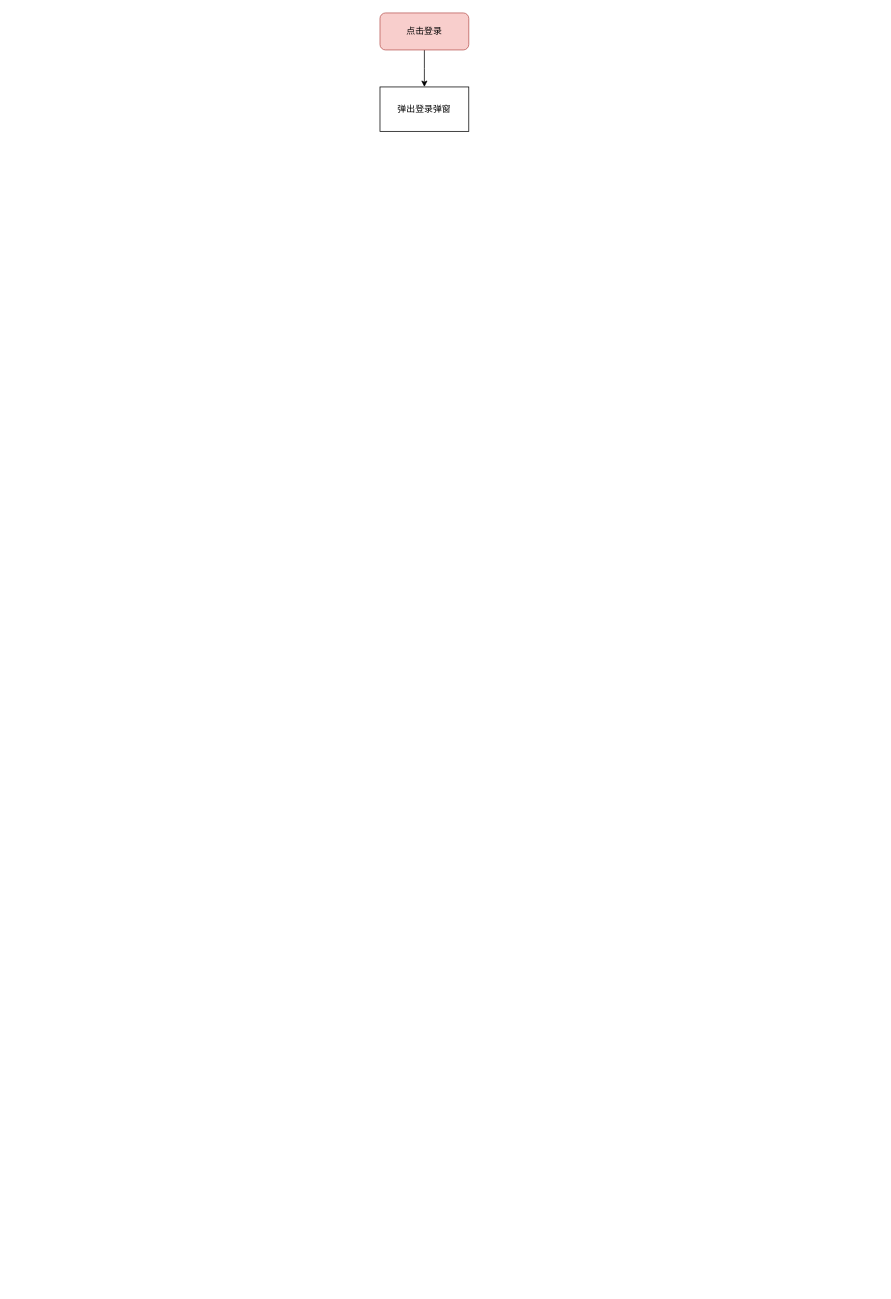
Before: page "云听页面启动过程" (5 of 6) of 未命名绘图.drawio in NewPlayerAndroid/Latest-Interview, a draw.io diagram. Source tidied: cells renumbered, new cells numbered last; positions are measured from the earlier drawing's top-left corner, leaving out a move shared by most shapes. Both pictures are drawn from the tidied source at 74%, with x=0, y=0 at pixel (380, 13).
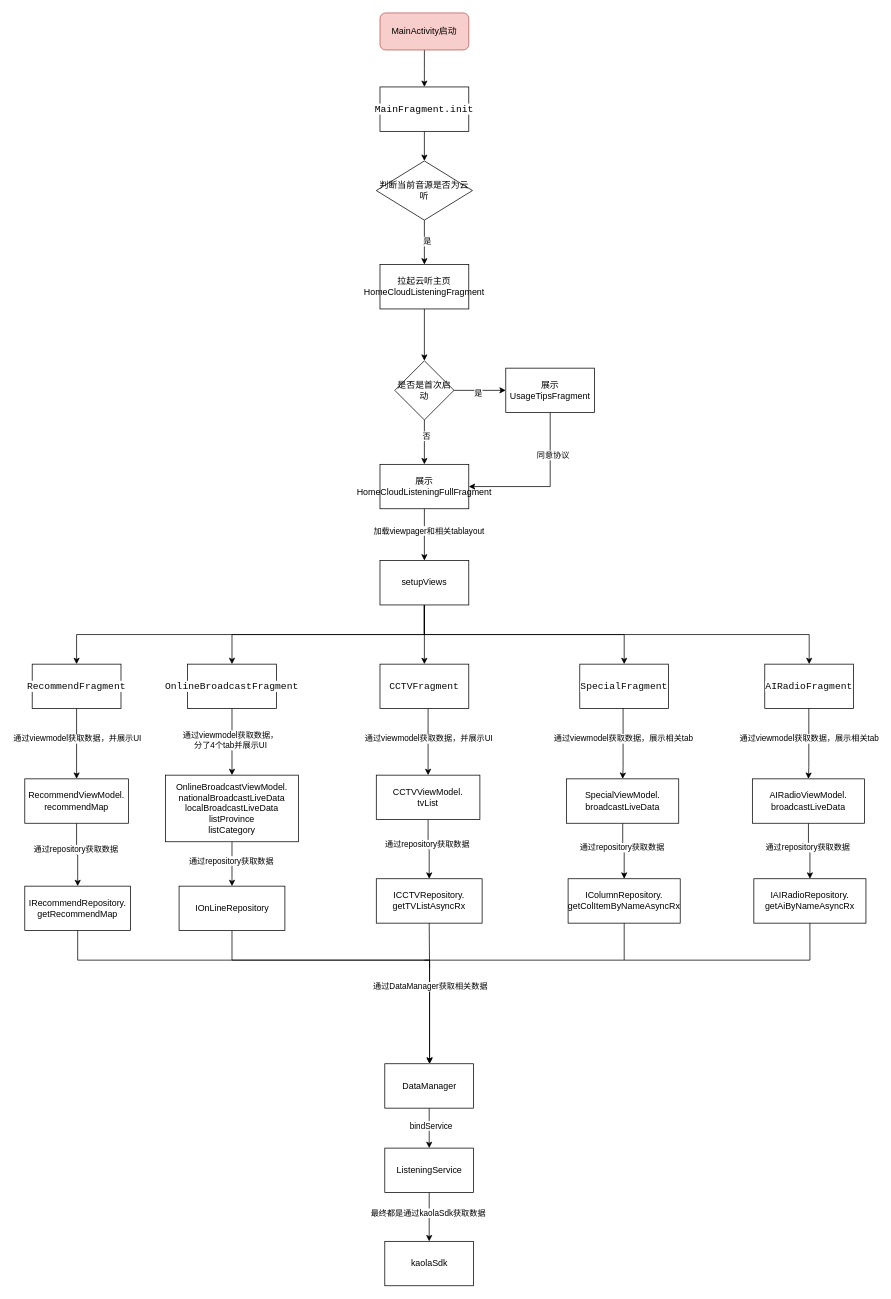
The same page after the edit.

Commit message:
更新未命名绘图.drawio

Diff of the diagram source:
```diff
@@
-    <mxCell id="3" value="点击登录" style="rounded=1;whiteSpace=wrap;html=1;fillColor=#f8cecc;strokeColor=#b85450;" parent="1" vertex="1">
+    <mxCell id="3" value="MainActivity启动" style="rounded=1;whiteSpace=wrap;html=1;fillColor=#f8cecc;strokeColor=#b85450;" parent="1" vertex="1">
       <mxGeometry width="120" height="50" as="geometry" />
     </mxCell>
+    <mxCell id="5" style="edgeStyle=orthogonalEdgeStyle;rounded=0;jettySize=auto;html=1;" parent="1" edge="1" source="4" target="8">
+      <mxGeometry relative="1" as="geometry" />
+    </mxCell>
-    <mxCell id="4" value="弹出登录弹窗" style="rounded=0;whiteSpace=wrap;html=1;" parent="1" vertex="1">
+    <mxCell id="4" value="&lt;div style=&quot;background-color:#ffffff;color:#080808&quot;&gt;&lt;pre style=&quot;font-family:'JetBrains Mono',monospace;font-size:9.8pt;&quot;&gt;&lt;span style=&quot;color:#000000;&quot;&gt;MainFragment.init&lt;/span&gt;&lt;/pre&gt;&lt;/div&gt;" style="rounded=0;whiteSpace=wrap;html=1;" parent="1" vertex="1">
       <mxGeometry y="100" width="120" height="60" as="geometry" />
     </mxCell>
+    <mxCell id="6" style="edgeStyle=orthogonalEdgeStyle;rounded=0;jettySize=auto;html=1;" parent="1" edge="1" source="8" target="10">
+      <mxGeometry relative="1" as="geometry" />
+    </mxCell>
+    <mxCell id="7" value="是" style="edgeLabel;html=1;align=center;verticalAlign=middle;" parent="6" vertex="1">
+      <mxGeometry x="-0.08" y="3" relative="1" as="geometry" />
+    </mxCell>
+    <mxCell id="8" value="判断当前音源是否为云听" style="rhombus;whiteSpace=wrap;html=1;" parent="1" vertex="1">
+      <mxGeometry x="-5" y="200" width="130" height="80" as="geometry" />
+    </mxCell>
+    <mxCell id="9" style="edgeStyle=orthogonalEdgeStyle;rounded=0;jettySize=auto;html=1;" parent="1" edge="1" source="10" target="15">
+      <mxGeometry relative="1" as="geometry" />
+    </mxCell>
+    <mxCell id="10" value="拉起云听主页&lt;div&gt;HomeCloudListeningFragment&lt;/div&gt;" style="rounded=0;whiteSpace=wrap;html=1;" parent="1" vertex="1">
+      <mxGeometry y="340" width="120" height="60" as="geometry" />
+    </mxCell>
+    <mxCell id="11" style="edgeStyle=orthogonalEdgeStyle;rounded=0;jettySize=auto;html=1;" parent="1" edge="1" source="15" target="18">
+      <mxGeometry relative="1" as="geometry" />
+    </mxCell>
+    <mxCell id="12" value="是" style="edgeLabel;html=1;align=center;verticalAlign=middle;" parent="11" vertex="1">
+      <mxGeometry x="-0.09" y="-3" relative="1" as="geometry" />
+    </mxCell>
+    <mxCell id="13" style="edgeStyle=orthogonalEdgeStyle;rounded=0;jettySize=auto;html=1;" parent="1" edge="1" source="15">
+      <mxGeometry relative="1" as="geometry">
+        <mxPoint x="60" y="610" as="targetPoint" />
+      </mxGeometry>
+    </mxCell>
+    <mxCell id="14" value="否" style="edgeLabel;html=1;align=center;verticalAlign=middle;" parent="13" vertex="1">
+      <mxGeometry x="-0.32" y="2" relative="1" as="geometry" />
+    </mxCell>
+    <mxCell id="15" value="是否是首次启动" style="rhombus;whiteSpace=wrap;html=1;" parent="1" vertex="1">
+      <mxGeometry x="20" y="470" width="80" height="80" as="geometry" />
+    </mxCell>
+    <mxCell id="16" style="edgeStyle=orthogonalEdgeStyle;rounded=0;jettySize=auto;html=1;entryX=1;entryY=0.5;entryDx=0;entryDy=0;" parent="1" edge="1" source="18" target="21">
+      <mxGeometry relative="1" as="geometry">
+        <Array as="points">
+          <mxPoint x="230" y="640" />
+        </Array>
+      </mxGeometry>
+    </mxCell>
+    <mxCell id="17" value="同意协议" style="edgeLabel;html=1;align=center;verticalAlign=middle;" parent="16" vertex="1">
+      <mxGeometry x="-0.46" y="3" relative="1" as="geometry" />
+    </mxCell>
+    <mxCell id="18" value="展示UsageTipsFragment" style="rounded=0;whiteSpace=wrap;html=1;" parent="1" vertex="1">
+      <mxGeometry x="170" y="480" width="120" height="60" as="geometry" />
+    </mxCell>
+    <mxCell id="19" style="edgeStyle=orthogonalEdgeStyle;rounded=0;jettySize=auto;html=1;" parent="1" edge="1" source="21" target="27">
+      <mxGeometry relative="1" as="geometry" />
+    </mxCell>
+    <mxCell id="20" value="加载viewpager和相关tablayout" style="edgeLabel;html=1;align=center;verticalAlign=middle;" parent="19" vertex="1">
+      <mxGeometry x="-0.18" y="5" relative="1" as="geometry" />
+    </mxCell>
+    <mxCell id="21" value="展示HomeCloudListeningFullFragment" style="rounded=0;whiteSpace=wrap;html=1;" parent="1" vertex="1">
+      <mxGeometry y="610" width="120" height="60" as="geometry" />
+    </mxCell>
+    <mxCell id="22" style="edgeStyle=orthogonalEdgeStyle;rounded=0;jettySize=auto;html=1;" parent="1" edge="1" source="27">
+      <mxGeometry relative="1" as="geometry">
+        <mxPoint x="60" y="880" as="targetPoint" />
+      </mxGeometry>
+    </mxCell>
+    <mxCell id="23" style="edgeStyle=orthogonalEdgeStyle;rounded=0;jettySize=auto;html=1;entryX=0.5;entryY=0;entryDx=0;entryDy=0;" parent="1" edge="1" source="27" target="31">
+      <mxGeometry relative="1" as="geometry">
+        <Array as="points">
+          <mxPoint x="60" y="840" />
+          <mxPoint x="-200" y="840" />
+        </Array>
+      </mxGeometry>
+    </mxCell>
+    <mxCell id="24" style="edgeStyle=orthogonalEdgeStyle;rounded=0;jettySize=auto;html=1;entryX=0.5;entryY=0;entryDx=0;entryDy=0;" parent="1" edge="1" source="27" target="30">
+      <mxGeometry relative="1" as="geometry">
+        <Array as="points">
+          <mxPoint x="60" y="840" />
+          <mxPoint x="-410" y="840" />
+        </Array>
+      </mxGeometry>
+    </mxCell>
+    <mxCell id="25" style="edgeStyle=orthogonalEdgeStyle;rounded=0;jettySize=auto;html=1;" parent="1" edge="1" source="27" target="33">
+      <mxGeometry relative="1" as="geometry">
+        <Array as="points">
+          <mxPoint x="60" y="840" />
+          <mxPoint x="330" y="840" />
+        </Array>
+      </mxGeometry>
+    </mxCell>
+    <mxCell id="26" style="edgeStyle=orthogonalEdgeStyle;rounded=0;jettySize=auto;html=1;" parent="1" edge="1" source="27" target="34">
+      <mxGeometry relative="1" as="geometry">
+        <Array as="points">
+          <mxPoint x="60" y="840" />
+          <mxPoint x="580" y="840" />
+        </Array>
+      </mxGeometry>
+    </mxCell>
+    <mxCell id="27" value="setupViews" style="rounded=0;whiteSpace=wrap;html=1;" parent="1" vertex="1">
+      <mxGeometry y="740" width="120" height="60" as="geometry" />
+    </mxCell>
+    <mxCell id="28" style="edgeStyle=orthogonalEdgeStyle;rounded=0;jettySize=auto;html=1;entryX=0.5;entryY=0;entryDx=0;entryDy=0;" parent="1" edge="1" source="30" target="37">
+      <mxGeometry relative="1" as="geometry">
+        <Array as="points">
+          <mxPoint x="-410" y="1030" />
+          <mxPoint x="-410" y="1030" />
+        </Array>
+      </mxGeometry>
+    </mxCell>
+    <mxCell id="29" value="通过viewmodel获取数据，并展示UI" style="edgeLabel;html=1;align=center;verticalAlign=middle;" parent="28" vertex="1">
+      <mxGeometry x="-0.74" y="2" relative="1" as="geometry">
+        <mxPoint x="-2" y="28" as="offset" />
+      </mxGeometry>
+    </mxCell>
+    <mxCell id="30" value="&lt;div style=&quot;background-color:#ffffff;color:#080808&quot;&gt;&lt;pre style=&quot;font-family:'JetBrains Mono',monospace;font-size:9.8pt;&quot;&gt;RecommendFragment&lt;/pre&gt;&lt;/div&gt;" style="rounded=0;whiteSpace=wrap;html=1;" parent="1" vertex="1">
+      <mxGeometry x="-470" y="880" width="120" height="60" as="geometry" />
+    </mxCell>
+    <mxCell id="31" value="&lt;div style=&quot;background-color:#ffffff;color:#080808&quot;&gt;&lt;pre style=&quot;font-family:'JetBrains Mono',monospace;font-size:9.8pt;&quot;&gt;OnlineBroadcastFragment&lt;/pre&gt;&lt;/div&gt;" style="rounded=0;whiteSpace=wrap;html=1;" parent="1" vertex="1">
+      <mxGeometry x="-260" y="880" width="120" height="60" as="geometry" />
+    </mxCell>
+    <mxCell id="32" value="&lt;div style=&quot;background-color:#ffffff;color:#080808&quot;&gt;&lt;pre style=&quot;font-family:'JetBrains Mono',monospace;font-size:9.8pt;&quot;&gt;CCTVFragment&lt;/pre&gt;&lt;/div&gt;" style="rounded=0;whiteSpace=wrap;html=1;" parent="1" vertex="1">
+      <mxGeometry y="880" width="120" height="60" as="geometry" />
+    </mxCell>
+    <mxCell id="33" value="&lt;div style=&quot;background-color: rgb(255, 255, 255); color: rgb(8, 8, 8);&quot;&gt;&lt;pre style=&quot;font-family:'JetBrains Mono',monospace;font-size:9.8pt;&quot;&gt;&lt;div&gt;&lt;pre style=&quot;font-family:'JetBrains Mono',monospace;font-size:9.8pt;&quot;&gt;SpecialFragment&lt;/pre&gt;&lt;/div&gt;&lt;/pre&gt;&lt;/div&gt;" style="rounded=0;whiteSpace=wrap;html=1;" parent="1" vertex="1">
+      <mxGeometry x="270" y="880" width="120" height="60" as="geometry" />
+    </mxCell>
+    <mxCell id="34" value="&lt;div style=&quot;background-color: rgb(255, 255, 255); color: rgb(8, 8, 8);&quot;&gt;&lt;pre style=&quot;font-family:'JetBrains Mono',monospace;font-size:9.8pt;&quot;&gt;&lt;div&gt;&lt;pre style=&quot;font-family:'JetBrains Mono',monospace;font-size:9.8pt;&quot;&gt;AIRadioFragment&lt;/pre&gt;&lt;/div&gt;&lt;/pre&gt;&lt;/div&gt;" style="rounded=0;whiteSpace=wrap;html=1;" parent="1" vertex="1">
+      <mxGeometry x="520" y="880" width="120" height="60" as="geometry" />
+    </mxCell>
+    <mxCell id="35" style="edgeStyle=orthogonalEdgeStyle;rounded=0;jettySize=auto;html=1;" parent="1" edge="1" source="37" target="40">
+      <mxGeometry relative="1" as="geometry" />
+    </mxCell>
+    <mxCell id="36" value="通过repository获取数据" style="edgeLabel;html=1;align=center;verticalAlign=middle;" parent="35" vertex="1">
+      <mxGeometry x="-0.18" y="-2" relative="1" as="geometry" />
+    </mxCell>
+    <mxCell id="37" value="RecommendViewModel.&lt;div&gt;recommendMap&lt;/div&gt;" style="rounded=0;whiteSpace=wrap;html=1;" parent="1" vertex="1">
+      <mxGeometry x="-480" y="1035" width="140" height="60" as="geometry" />
+    </mxCell>
+    <mxCell id="38" style="edgeStyle=orthogonalEdgeStyle;rounded=0;jettySize=auto;html=1;" parent="1" edge="1" source="40" target="43">
+      <mxGeometry relative="1" as="geometry">
+        <Array as="points">
+          <mxPoint x="-408" y="1280" />
+          <mxPoint x="67" y="1280" />
+        </Array>
+      </mxGeometry>
+    </mxCell>
+    <mxCell id="39" value="&lt;div style=&quot;color: rgb(8, 8, 8);&quot;&gt;&lt;pre style=&quot;font-family: &amp;quot;JetBrains Mono&amp;quot;, monospace; font-size: 9.8pt;&quot;&gt;&lt;br&gt;&lt;/pre&gt;&lt;/div&gt;" style="edgeLabel;html=1;align=center;verticalAlign=middle;" parent="38" vertex="1">
+      <mxGeometry x="-0.03" y="1" relative="1" as="geometry" />
+    </mxCell>
+    <mxCell id="40" value="IRecommendRepository.&lt;div&gt;getRecommendMap&lt;/div&gt;" style="rounded=0;whiteSpace=wrap;html=1;" parent="1" vertex="1">
+      <mxGeometry x="-480" y="1180" width="143" height="60" as="geometry" />
+    </mxCell>
+    <mxCell id="41" style="edgeStyle=orthogonalEdgeStyle;rounded=0;jettySize=auto;html=1;" parent="1" edge="1" source="43" target="75">
+      <mxGeometry relative="1" as="geometry" />
+    </mxCell>
+    <mxCell id="42" value="bindService" style="edgeLabel;html=1;align=center;verticalAlign=middle;" parent="41" vertex="1">
+      <mxGeometry x="-0.14" y="2" relative="1" as="geometry" />
+    </mxCell>
+    <mxCell id="43" value="DataManager" style="rounded=0;whiteSpace=wrap;html=1;" parent="1" vertex="1">
+      <mxGeometry x="6.5" y="1420" width="120" height="60" as="geometry" />
+    </mxCell>
+    <mxCell id="44" style="edgeStyle=orthogonalEdgeStyle;rounded=0;jettySize=auto;html=1;exitX=0.5;exitY=1;exitDx=0;exitDy=0;" parent="1" edge="1" source="31" target="48">
+      <mxGeometry relative="1" as="geometry" />
+    </mxCell>
+    <mxCell id="45" value="通过viewmodel获取数据，&lt;div&gt;分了4个tab并展示UI&lt;/div&gt;" style="edgeLabel;html=1;align=center;verticalAlign=middle;" parent="44" vertex="1">
+      <mxGeometry x="-0.39" y="-2" relative="1" as="geometry">
+        <mxPoint x="-1" y="15" as="offset" />
+      </mxGeometry>
+    </mxCell>
+    <mxCell id="46" style="edgeStyle=orthogonalEdgeStyle;rounded=0;jettySize=auto;html=1;" parent="1" edge="1" source="48" target="51">
+      <mxGeometry relative="1" as="geometry" />
+    </mxCell>
+    <mxCell id="47" value="通过repository获取数据" style="edgeLabel;html=1;align=center;verticalAlign=middle;" parent="46" vertex="1">
+      <mxGeometry x="-0.18" y="-2" relative="1" as="geometry" />
+    </mxCell>
+    <mxCell id="48" value="OnlineBroadcastViewModel.&lt;div&gt;nationalBroadcastLiveData&lt;/div&gt;&lt;div&gt;localBroadcastLiveData&lt;/div&gt;&lt;div&gt;listProvince&lt;/div&gt;&lt;div&gt;listCategory&lt;/div&gt;" style="rounded=0;whiteSpace=wrap;html=1;" parent="1" vertex="1">
+      <mxGeometry x="-289.8" y="1030" width="179.5" height="90" as="geometry" />
+    </mxCell>
+    <mxCell id="49" style="edgeStyle=orthogonalEdgeStyle;rounded=0;jettySize=auto;html=1;" parent="1" edge="1" source="51" target="43">
+      <mxGeometry relative="1" as="geometry">
+        <Array as="points">
+          <mxPoint x="-200" y="1280" />
+          <mxPoint x="67" y="1280" />
+        </Array>
+      </mxGeometry>
+    </mxCell>
+    <mxCell id="50" value="通过DataManager获取相关数据" style="edgeLabel;html=1;align=center;verticalAlign=middle;" parent="49" vertex="1">
+      <mxGeometry x="0.53" relative="1" as="geometry" />
+    </mxCell>
+    <mxCell id="51" value="IOnLineRepository" style="rounded=0;whiteSpace=wrap;html=1;" parent="1" vertex="1">
+      <mxGeometry x="-271.5" y="1180" width="143" height="60" as="geometry" />
+    </mxCell>
+    <mxCell id="52" style="edgeStyle=orthogonalEdgeStyle;rounded=0;jettySize=auto;html=1;entryX=0.5;entryY=0;entryDx=0;entryDy=0;" parent="1" edge="1" target="56">
+      <mxGeometry relative="1" as="geometry">
+        <mxPoint x="65" y="940" as="sourcePoint" />
+        <Array as="points">
+          <mxPoint x="65" y="1020" />
+        </Array>
+      </mxGeometry>
+    </mxCell>
+    <mxCell id="53" value="通过viewmodel获取数据，并展示UI" style="edgeLabel;html=1;align=center;verticalAlign=middle;" parent="52" vertex="1">
+      <mxGeometry x="-0.74" y="2" relative="1" as="geometry">
+        <mxPoint x="-2" y="28" as="offset" />
+      </mxGeometry>
+    </mxCell>
+    <mxCell id="54" style="edgeStyle=orthogonalEdgeStyle;rounded=0;jettySize=auto;html=1;" parent="1" edge="1" source="56" target="57">
+      <mxGeometry relative="1" as="geometry" />
+    </mxCell>
+    <mxCell id="55" value="通过repository获取数据" style="edgeLabel;html=1;align=center;verticalAlign=middle;" parent="54" vertex="1">
+      <mxGeometry x="-0.18" y="-2" relative="1" as="geometry" />
+    </mxCell>
+    <mxCell id="56" value="CCTVViewModel.&lt;div&gt;tvList&lt;/div&gt;" style="rounded=0;whiteSpace=wrap;html=1;" parent="1" vertex="1">
+      <mxGeometry x="-5" y="1030" width="140" height="60" as="geometry" />
+    </mxCell>
+    <mxCell id="57" value="&lt;div&gt;ICCTVRepository.&lt;/div&gt;&lt;div&gt;getTVListAsyncRx&lt;/div&gt;" style="rounded=0;whiteSpace=wrap;html=1;" parent="1" vertex="1">
+      <mxGeometry x="-5" y="1170" width="143" height="60" as="geometry" />
+    </mxCell>
+    <mxCell id="58" style="endArrow=none;html=1;rounded=0;entryX=0.5;entryY=1;entryDx=0;entryDy=0;" parent="1" edge="1" target="57">
+      <mxGeometry relative="1" as="geometry">
+        <mxPoint x="67" y="1290" as="sourcePoint" />
+      </mxGeometry>
+    </mxCell>
+    <mxCell id="59" style="edgeStyle=orthogonalEdgeStyle;rounded=0;jettySize=auto;html=1;entryX=0.5;entryY=0;entryDx=0;entryDy=0;" parent="1" edge="1" target="63">
+      <mxGeometry relative="1" as="geometry">
+        <mxPoint x="328.5" y="940" as="sourcePoint" />
+        <Array as="points">
+          <mxPoint x="328.5" y="1020" />
+        </Array>
+      </mxGeometry>
+    </mxCell>
+    <mxCell id="60" value="通过viewmodel获取数据，展示相关tab" style="edgeLabel;html=1;align=center;verticalAlign=middle;" parent="59" vertex="1">
+      <mxGeometry x="-0.74" y="2" relative="1" as="geometry">
+        <mxPoint x="-2" y="28" as="offset" />
+      </mxGeometry>
+    </mxCell>
+    <mxCell id="61" style="edgeStyle=orthogonalEdgeStyle;rounded=0;jettySize=auto;html=1;" parent="1" edge="1" source="63" target="64">
+      <mxGeometry relative="1" as="geometry" />
+    </mxCell>
+    <mxCell id="62" value="通过repository获取数据" style="edgeLabel;html=1;align=center;verticalAlign=middle;" parent="61" vertex="1">
+      <mxGeometry x="-0.18" y="-2" relative="1" as="geometry" />
+    </mxCell>
+    <mxCell id="63" value="SpecialViewModel.&lt;div&gt;broadcastLiveData&lt;/div&gt;" style="rounded=0;whiteSpace=wrap;html=1;" parent="1" vertex="1">
+      <mxGeometry x="252.2" y="1035" width="151.5" height="60" as="geometry" />
+    </mxCell>
+    <mxCell id="64" value="IColumnRepository.&lt;div&gt;getColItemByNameAsyncRx&lt;/div&gt;" style="rounded=0;whiteSpace=wrap;html=1;" parent="1" vertex="1">
+      <mxGeometry x="254.2" y="1170" width="151.5" height="60" as="geometry" />
+    </mxCell>
+    <mxCell id="65" style="endArrow=none;html=1;rounded=0;" parent="1" edge="1">
+      <mxGeometry relative="1" as="geometry">
+        <mxPoint x="60" y="1280" as="sourcePoint" />
+        <mxPoint x="330" y="1230" as="targetPoint" />
+        <Array as="points">
+          <mxPoint x="330" y="1280" />
+        </Array>
+      </mxGeometry>
+    </mxCell>
+    <mxCell id="66" style="edgeStyle=orthogonalEdgeStyle;rounded=0;jettySize=auto;html=1;entryX=0.5;entryY=0;entryDx=0;entryDy=0;" parent="1" edge="1" target="70">
+      <mxGeometry relative="1" as="geometry">
+        <mxPoint x="579.5" y="940" as="sourcePoint" />
+        <Array as="points">
+          <mxPoint x="579.5" y="1020" />
+        </Array>
+      </mxGeometry>
+    </mxCell>
+    <mxCell id="67" value="通过viewmodel获取数据，展示相关tab" style="edgeLabel;html=1;align=center;verticalAlign=middle;" parent="66" vertex="1">
+      <mxGeometry x="-0.74" y="2" relative="1" as="geometry">
+        <mxPoint x="-2" y="28" as="offset" />
+      </mxGeometry>
+    </mxCell>
+    <mxCell id="68" style="edgeStyle=orthogonalEdgeStyle;rounded=0;jettySize=auto;html=1;" parent="1" edge="1" source="70" target="71">
+      <mxGeometry relative="1" as="geometry" />
+    </mxCell>
+    <mxCell id="69" value="通过repository获取数据" style="edgeLabel;html=1;align=center;verticalAlign=middle;" parent="68" vertex="1">
+      <mxGeometry x="-0.18" y="-2" relative="1" as="geometry" />
+    </mxCell>
+    <mxCell id="70" value="AIRadioViewModel.&lt;div&gt;broadcastLiveData&lt;/div&gt;" style="rounded=0;whiteSpace=wrap;html=1;" parent="1" vertex="1">
+      <mxGeometry x="503.2" y="1035" width="151.5" height="60" as="geometry" />
+    </mxCell>
+    <mxCell id="71" value="IAIRadioRepository.&lt;div&gt;getAiByNameAsyncRx&lt;/div&gt;" style="rounded=0;whiteSpace=wrap;html=1;" parent="1" vertex="1">
+      <mxGeometry x="505.2" y="1170" width="151.5" height="60" as="geometry" />
+    </mxCell>
+    <mxCell id="72" style="endArrow=none;html=1;rounded=0;entryX=0.5;entryY=1;entryDx=0;entryDy=0;" parent="1" edge="1" target="71">
+      <mxGeometry relative="1" as="geometry">
+        <mxPoint x="330" y="1280" as="sourcePoint" />
+        <Array as="points">
+          <mxPoint x="581" y="1280" />
+        </Array>
+      </mxGeometry>
+    </mxCell>
+    <mxCell id="73" style="edgeStyle=orthogonalEdgeStyle;rounded=0;jettySize=auto;html=1;" parent="1" edge="1" source="75" target="76">
+      <mxGeometry relative="1" as="geometry" />
+    </mxCell>
+    <mxCell id="74" value="最终都是通过kaolaSdk获取数据" style="edgeLabel;html=1;align=center;verticalAlign=middle;" parent="73" vertex="1">
+      <mxGeometry x="-0.17" y="-2" relative="1" as="geometry" />
+    </mxCell>
+    <mxCell id="75" value="ListeningService" style="rounded=0;whiteSpace=wrap;html=1;" parent="1" vertex="1">
+      <mxGeometry x="6.5" y="1534" width="120" height="60" as="geometry" />
+    </mxCell>
+    <mxCell id="76" value="kaolaSdk" style="rounded=0;whiteSpace=wrap;html=1;" parent="1" vertex="1">
+      <mxGeometry x="6.5" y="1660" width="120" height="60" as="geometry" />
+    </mxCell>
```
